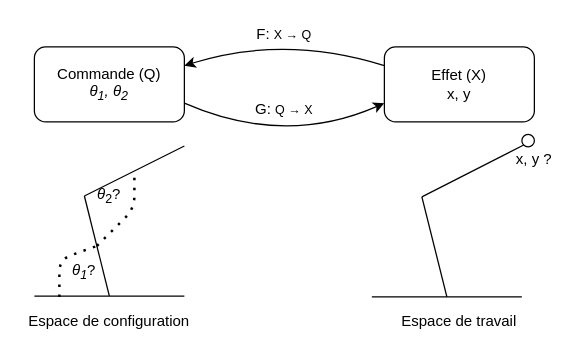
lukyky414/Goal_Babling keeps this draw.io diagram as rapport/graphics/Modelisation_Diagram.drawio. Above is the earlier version. Source tidied: cells renumbered, new cells numbered last; positions are measured from the earlier drawing's top-left corner, leaving out a move shared by most shapes. Both pictures are drawn from the tidied source at 125%, with x=0, y=0 at pixel (21, 21).
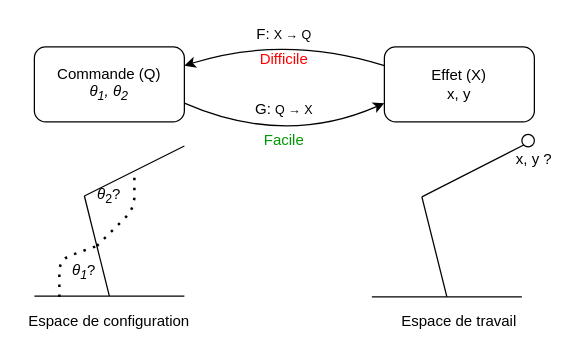
After the change.

What changed in the source:
```diff
@@
+    <mxCell id="22" value="&lt;font color=&quot;#009900&quot;&gt;Facile&lt;/font&gt;" style="text;html=1;strokeColor=none;fillColor=none;align=center;verticalAlign=middle;whiteSpace=wrap;rounded=0;" parent="1" vertex="1">
+      <mxGeometry x="190" y="85" width="40" height="20" as="geometry" />
+    </mxCell>
+    <mxCell id="23" value="&lt;font color=&quot;#FF0000&quot;&gt;Difficile&lt;/font&gt;" style="text;html=1;strokeColor=none;fillColor=none;align=center;verticalAlign=middle;whiteSpace=wrap;rounded=0;" parent="1" vertex="1">
+      <mxGeometry x="190" y="20" width="40" height="20" as="geometry" />
+    </mxCell>
```
